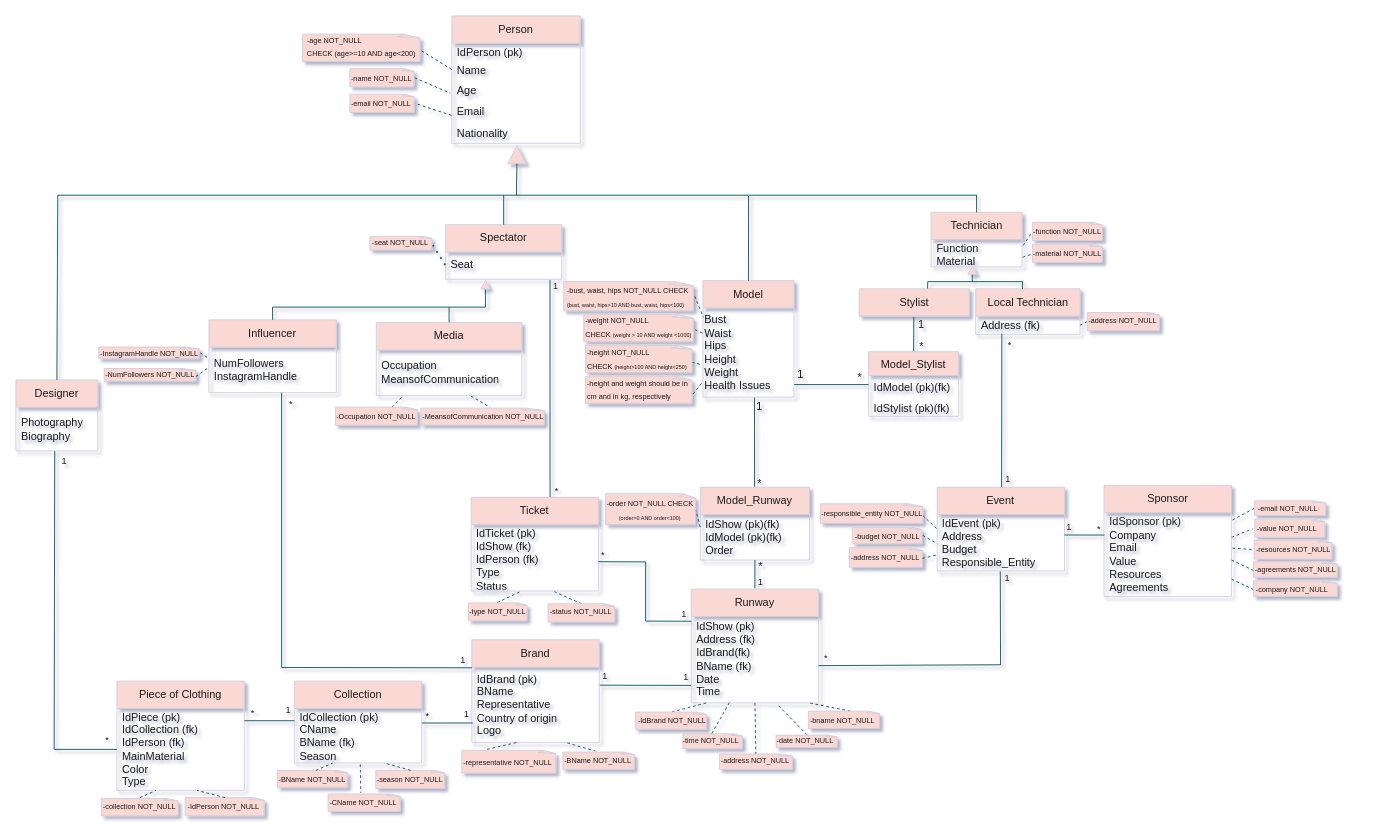
Before: UML VERSIONS/FINAL_V_2ndSUB.drawio in le0nor/BD2425-707, a draw.io diagram. Source tidied: cells renumbered, new cells numbered last; positions are measured from the earlier drawing's top-left corner, leaving out a move shared by most shapes. Both pictures are drawn from the tidied source at 91%, with x=0, y=0 at pixel (15, 15).
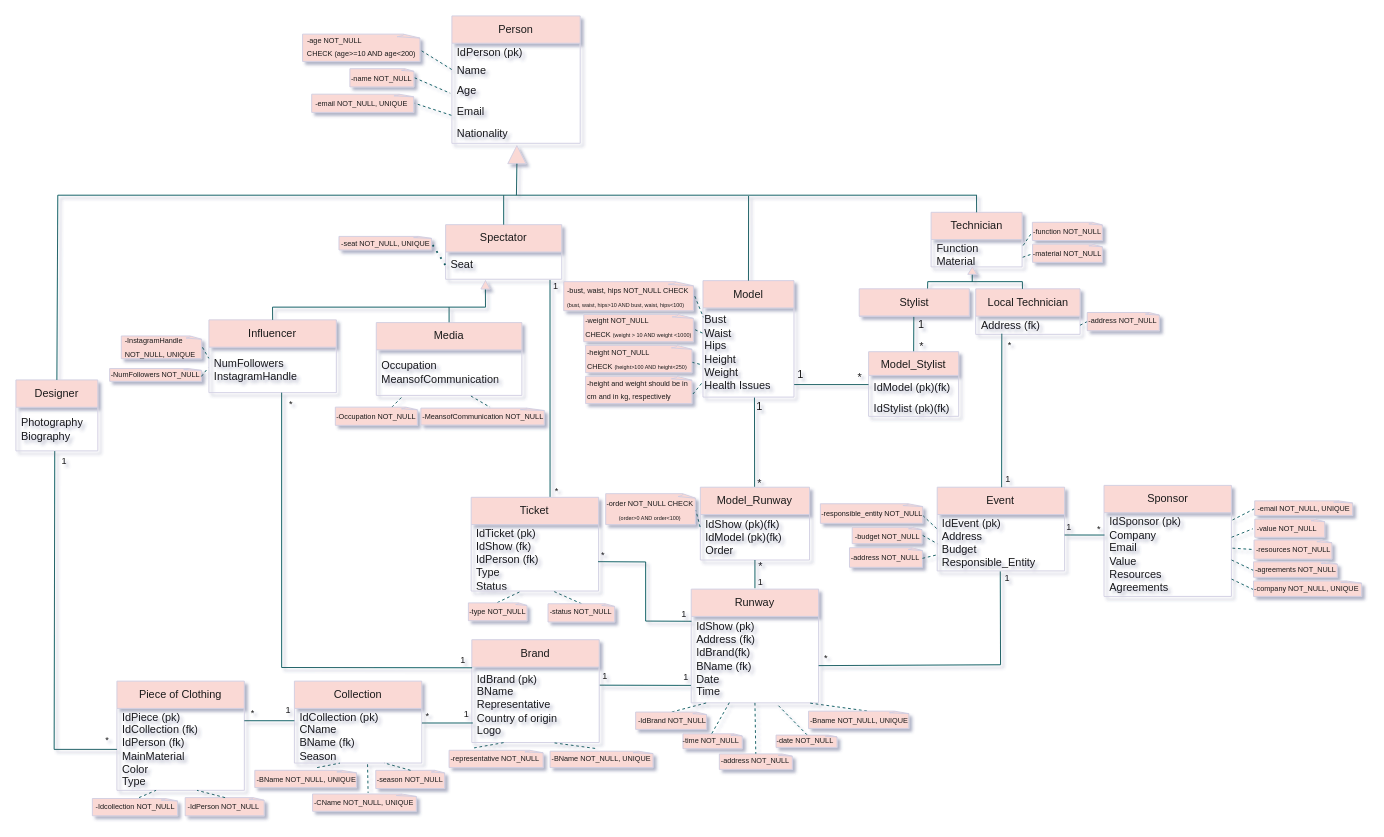
The same page after the edit.

The change refers to these unchanged cells:
```xml
<mxCell id="134" value="&lt;div&gt;IdBrand (pk)&lt;/div&gt;BName&amp;nbsp;&lt;div&gt;Representative&amp;nbsp;&lt;/div&gt;&lt;div&gt;Country of origin&lt;/div&gt;&lt;div&gt;Logo&lt;/div&gt;" style="text;strokeColor=none;fillColor=none;align=left;verticalAlign=middle;spacingLeft=4;spacingRight=4;overflow=hidden;points=[[0,0.5],[1,0.5]];portConstraint=eastwest;whiteSpace=wrap;html=1;labelBackgroundColor=none;rounded=0;fontColor=#1A1A1A;" parent="133" vertex="1">
  <mxGeometry y="30" width="140" height="83" as="geometry" />
</mxCell>
<mxCell id="136" value="&lt;div&gt;IdCollection (pk)&lt;/div&gt;CName&lt;div&gt;BName (fk)&lt;br&gt;&lt;div&gt;Season&lt;/div&gt;&lt;/div&gt;" style="text;strokeColor=none;fillColor=none;align=left;verticalAlign=middle;spacingLeft=4;spacingRight=4;overflow=hidden;points=[[0,0.5],[1,0.5]];portConstraint=eastwest;whiteSpace=wrap;html=1;labelBackgroundColor=none;rounded=0;fontColor=#1A1A1A;" parent="135" vertex="1">
  <mxGeometry y="30" width="140" height="60" as="geometry" />
</mxCell>
```

What changed in the source:
```diff
@@
     <mxCell id="86" style="group;labelBackgroundColor=none;fontColor=#1A1A1A;rounded=0;" parent="1" vertex="1">
-      <mxGeometry x="1361" y="532.9" width="79" height="16" as="geometry" />
+      <mxGeometry x="1361" y="532.9" width="109" height="16" as="geometry" />
     </mxCell>
     <mxCell id="87" style="whiteSpace=wrap;html=1;shape=mxgraph.basic.document;labelBackgroundColor=none;rounded=0;fillColor=#FAD9D5;strokeColor=#D0CEE2;fontColor=#1A1A1A;" parent="86" vertex="1">
-      <mxGeometry x="0.2" width="78.8" height="16" as="geometry" />
+      <mxGeometry x="0.3" width="108.7" height="16" as="geometry" />
     </mxCell>
-    <mxCell id="88" value="&lt;div style=&quot;text-align: left;&quot;&gt;&lt;font style=&quot;font-size: 8px;&quot;&gt;-email NOT_NULL&lt;/font&gt;&lt;br&gt;&lt;/div&gt;" style="text;html=1;align=center;verticalAlign=middle;whiteSpace=wrap;rounded=0;labelBackgroundColor=none;fontColor=#1A1A1A;" parent="86" vertex="1">
-      <mxGeometry x="1" y="1" width="72.4" height="12" as="geometry" />
+    <mxCell id="88" value="&lt;div style=&quot;text-align: left;&quot;&gt;&lt;font style=&quot;font-size: 8px;&quot;&gt;-email NOT_NULL&lt;/font&gt;&lt;span style=&quot;font-size: 8px; background-color: initial;&quot;&gt;, UNIQUE&lt;/span&gt;&lt;br&gt;&lt;/div&gt;" style="text;html=1;align=center;verticalAlign=middle;whiteSpace=wrap;rounded=0;labelBackgroundColor=none;fontColor=#1A1A1A;" parent="86" vertex="1">
+      <mxGeometry x="1.4" y="1" width="106.6" height="12" as="geometry" />
     </mxCell>
@@
     <mxCell id="98" style="group;labelBackgroundColor=none;fontColor=#1A1A1A;rounded=0;" parent="1" vertex="1">
-      <mxGeometry x="97" y="385" width="106" height="16.5" as="geometry" />
+      <mxGeometry x="103" y="385" width="106" height="16.5" as="geometry" />
     </mxCell>
@@
     <mxCell id="101" style="group;labelBackgroundColor=none;fontColor=#1A1A1A;rounded=0;" parent="1" vertex="1">
-      <mxGeometry x="100" y="362" width="115" height="14.8" as="geometry" />
+      <mxGeometry x="123" y="348" width="92" height="28.8" as="geometry" />
     </mxCell>
     <mxCell id="102" style="whiteSpace=wrap;html=1;shape=mxgraph.basic.document;labelBackgroundColor=none;rounded=0;fillColor=#FAD9D5;strokeColor=#D0CEE2;fontColor=#1A1A1A;" parent="101" vertex="1">
-      <mxGeometry x="-9" y="1.9" width="111.5" height="12.8" as="geometry" />
+      <mxGeometry x="-7.2" y="3.7" width="89.2" height="25" as="geometry" />
     </mxCell>
-    <mxCell id="103" value="&lt;div&gt;&lt;span style=&quot;background-color: initial;&quot;&gt;&lt;font style=&quot;font-size: 8px;&quot;&gt;-InstagramHandle NOT_NULL&lt;/font&gt;&lt;/span&gt;&lt;br&gt;&lt;/div&gt;" style="text;html=1;align=left;verticalAlign=middle;whiteSpace=wrap;rounded=0;labelBackgroundColor=none;fontColor=#1A1A1A;" parent="101" vertex="1">
-      <mxGeometry x="-9" y="5.2" width="110" height="6.4" as="geometry" />
+    <mxCell id="103" value="&lt;div&gt;&lt;span style=&quot;background-color: initial;&quot;&gt;&lt;font style=&quot;font-size: 8px;&quot;&gt;-InstagramHandle NOT_NULL&lt;/font&gt;&lt;/span&gt;&lt;span style=&quot;font-size: 8px; background-color: initial;&quot;&gt;, UNIQUE&lt;/span&gt;&lt;br&gt;&lt;/div&gt;" style="text;html=1;align=left;verticalAlign=middle;whiteSpace=wrap;rounded=0;labelBackgroundColor=none;fontColor=#1A1A1A;" parent="101" vertex="1">
+      <mxGeometry x="-5.4" y="9.2" width="88" height="12.5" as="geometry" />
     </mxCell>
@@
     <mxCell id="118" style="group;labelBackgroundColor=none;fontColor=#1A1A1A;rounded=0;" parent="1" vertex="1">
-      <mxGeometry x="389" y="242" width="68.8" height="15.2" as="geometry" />
+      <mxGeometry x="355" y="242" width="103" height="15.2" as="geometry" />
     </mxCell>
     <mxCell id="119" style="whiteSpace=wrap;html=1;shape=mxgraph.basic.document;labelBackgroundColor=none;rounded=0;fillColor=#FAD9D5;strokeColor=#D0CEE2;fontColor=#1A1A1A;" parent="118" vertex="1">
-      <mxGeometry y="0.3" width="68.8" height="14.9" as="geometry" />
+      <mxGeometry y="0.3" width="102.8" height="14.9" as="geometry" />
     </mxCell>
-    <mxCell id="120" value="&lt;div style=&quot;text-align: left;&quot;&gt;&lt;font style=&quot;font-size: 8px;&quot;&gt;-seat NOT_NULL&lt;/font&gt;&lt;br&gt;&lt;/div&gt;" style="text;html=1;align=center;verticalAlign=middle;whiteSpace=wrap;rounded=0;labelBackgroundColor=none;fontColor=#1A1A1A;" parent="118" vertex="1">
-      <mxGeometry x="-1.2" y="1" width="69" height="9.3" as="geometry" />
+    <mxCell id="120" value="&lt;div style=&quot;text-align: left;&quot;&gt;&lt;font style=&quot;font-size: 8px;&quot;&gt;-seat NOT_NULL&lt;/font&gt;&lt;span style=&quot;font-size: 8px; background-color: initial;&quot;&gt;, UNIQUE&lt;/span&gt;&lt;br&gt;&lt;/div&gt;" style="text;html=1;align=center;verticalAlign=middle;whiteSpace=wrap;rounded=0;labelBackgroundColor=none;fontColor=#1A1A1A;" parent="118" vertex="1">
+      <mxGeometry x="-0.8" y="2" width="104.8" height="9.3" as="geometry" />
     </mxCell>
@@
-    <mxCell id="139" style="endArrow=none;dashed=1;html=1;rounded=0;exitX=0.349;exitY=1.001;exitDx=0;exitDy=0;exitPerimeter=0;labelBackgroundColor=none;fontColor=default;strokeColor=#09555B;entryX=0.221;entryY=-0.066;entryDx=0;entryDy=0;entryPerimeter=0;" parent="1" edge="1" source="134" target="149">
-      <mxGeometry relative="1" as="geometry" />
+    <mxCell id="139" style="endArrow=none;dashed=1;html=1;rounded=0;exitX=0.349;exitY=1.001;exitDx=0;exitDy=0;exitPerimeter=0;labelBackgroundColor=none;fontColor=default;strokeColor=#09555B;entryX=0.221;entryY=-0.066;entryDx=0;entryDy=0;entryPerimeter=0;" parent="1" edge="1" target="149">
+      <mxGeometry relative="1" as="geometry">
+        <mxPoint x="535.9" y="798.6" as="sourcePoint" />
+      </mxGeometry>
     </mxCell>
@@
     <mxCell id="147" style="group;labelBackgroundColor=none;fontColor=#1A1A1A;rounded=0;" parent="1" vertex="1">
-      <mxGeometry x="490" y="807" width="116" height="25" as="geometry" />
+      <mxGeometry x="476" y="807" width="116" height="19" as="geometry" />
     </mxCell>
     <mxCell id="148" style="whiteSpace=wrap;html=1;shape=mxgraph.basic.document;labelBackgroundColor=none;rounded=0;fillColor=#FAD9D5;strokeColor=#D0CEE2;fontColor=#1A1A1A;" parent="147" vertex="1">
-      <mxGeometry width="104.4" height="25" as="geometry" />
+      <mxGeometry width="104.4" height="19" as="geometry" />
     </mxCell>
     <mxCell id="149" value="&lt;font style=&quot;font-size: 8px;&quot;&gt;-representative NOT_NULL&lt;/font&gt;" style="text;html=1;align=left;verticalAlign=middle;whiteSpace=wrap;rounded=0;labelBackgroundColor=none;fontColor=#1A1A1A;" parent="147" vertex="1">
-      <mxGeometry y="1" width="116" height="23.5" as="geometry" />
+      <mxGeometry y="-1.1" width="116" height="17.9" as="geometry" />
     </mxCell>
     <mxCell id="150" style="group;labelBackgroundColor=none;fontColor=#1A1A1A;rounded=0;" parent="1" vertex="1">
-      <mxGeometry x="292" y="828" width="80" height="20" as="geometry" />
+      <mxGeometry x="269" y="828" width="116" height="24" as="geometry" />
     </mxCell>
     <mxCell id="151" style="whiteSpace=wrap;html=1;shape=mxgraph.basic.document;labelBackgroundColor=none;rounded=0;fillColor=#FAD9D5;strokeColor=#D0CEE2;fontColor=#1A1A1A;" parent="150" vertex="1">
-      <mxGeometry x="-4.5" y="1" width="77.8" height="19" as="geometry" />
+      <mxGeometry x="-6.5" y="1" width="112.9" height="19" as="geometry" />
     </mxCell>
-    <mxCell id="152" value="&lt;font style=&quot;font-size: 8px;&quot;&gt;-BName NOT_NULL&lt;/font&gt;" style="text;html=1;align=left;verticalAlign=middle;whiteSpace=wrap;rounded=0;labelBackgroundColor=none;fontColor=#1A1A1A;" parent="150" vertex="1">
-      <mxGeometry x="-4.6" y="1" width="84.6" height="17" as="geometry" />
+    <mxCell id="152" value="&lt;font style=&quot;font-size: 8px;&quot;&gt;-BName NOT_NULL&lt;/font&gt;&lt;span style=&quot;font-size: 8px;&quot;&gt;, UNIQUE&lt;/span&gt;" style="text;html=1;align=left;verticalAlign=middle;whiteSpace=wrap;rounded=0;labelBackgroundColor=none;fontColor=#1A1A1A;" parent="150" vertex="1">
+      <mxGeometry x="-6.5" y="-2" width="137" height="23" as="geometry" />
     </mxCell>
@@
-    <mxCell id="156" style="endArrow=none;dashed=1;html=1;rounded=0;fontColor=default;entryX=0.301;entryY=1.001;entryDx=0;entryDy=0;entryPerimeter=0;exitX=0.5;exitY=0;exitDx=0;exitDy=0;labelBackgroundColor=none;strokeColor=#09555B;" parent="1" edge="1" source="152" target="136">
-      <mxGeometry relative="1" as="geometry" />
+    <mxCell id="156" style="endArrow=none;dashed=1;html=1;rounded=0;fontColor=default;entryX=0.301;entryY=1.001;entryDx=0;entryDy=0;entryPerimeter=0;exitX=0.5;exitY=0;exitDx=0;exitDy=0;labelBackgroundColor=none;strokeColor=#09555B;" parent="1" edge="1" source="152">
+      <mxGeometry relative="1" as="geometry">
+        <mxPoint x="356.1" y="821.1" as="targetPoint" />
+      </mxGeometry>
     </mxCell>
@@
     <mxCell id="159" style="group;labelBackgroundColor=none;fontColor=#1A1A1A;rounded=0;" parent="1" vertex="1">
-      <mxGeometry x="94" y="859" width="85" height="20" as="geometry" />
+      <mxGeometry x="84" y="859" width="99" height="20" as="geometry" />
     </mxCell>
     <mxCell id="160" style="whiteSpace=wrap;html=1;shape=mxgraph.basic.document;labelBackgroundColor=none;rounded=0;fillColor=#FAD9D5;strokeColor=#D0CEE2;fontColor=#1A1A1A;" parent="159" vertex="1">
-      <mxGeometry y="1" width="85" height="19" as="geometry" />
+      <mxGeometry y="1" width="94.6" height="19" as="geometry" />
     </mxCell>
-    <mxCell id="161" value="&lt;font style=&quot;font-size: 8px;&quot;&gt;-collection NOT_NULL&lt;/font&gt;" style="text;html=1;align=left;verticalAlign=middle;whiteSpace=wrap;rounded=0;labelBackgroundColor=none;fontColor=#1A1A1A;" parent="159" vertex="1">
-      <mxGeometry x="-0.5" width="85.5" height="17" as="geometry" />
+    <mxCell id="161" value="&lt;font style=&quot;font-size: 8px;&quot;&gt;-Idcollection NOT_NULL&lt;/font&gt;" style="text;html=1;align=left;verticalAlign=middle;whiteSpace=wrap;rounded=0;labelBackgroundColor=none;fontColor=#1A1A1A;" parent="159" vertex="1">
+      <mxGeometry x="1.5" width="99.5" height="17" as="geometry" />
     </mxCell>
@@
     <mxCell id="175" style="group;" parent="1" vertex="1">
-      <mxGeometry x="367" y="86" width="71.3" height="20" as="geometry" />
+      <mxGeometry x="325" y="86" width="113.3" height="20" as="geometry" />
     </mxCell>
     <mxCell id="176" style="whiteSpace=wrap;html=1;shape=mxgraph.basic.document;labelBackgroundColor=none;rounded=0;fillColor=#FAD9D5;strokeColor=#D0CEE2;fontColor=#1A1A1A;" parent="175" vertex="1">
-      <mxGeometry width="71.3" height="20" as="geometry" />
+      <mxGeometry width="113.3" height="20" as="geometry" />
     </mxCell>
-    <mxCell id="177" value="&lt;div style=&quot;text-align: left;&quot;&gt;&lt;font style=&quot;font-size: 8px;&quot;&gt;-email NOT_NULL&lt;/font&gt;&lt;/div&gt;" style="text;html=1;align=center;verticalAlign=middle;whiteSpace=wrap;rounded=0;labelBackgroundColor=none;fontColor=#1A1A1A;" parent="175" vertex="1">
-      <mxGeometry y="4" width="69" height="12" as="geometry" />
+    <mxCell id="177" value="&lt;div style=&quot;text-align: left;&quot;&gt;&lt;font style=&quot;font-size: 8px;&quot;&gt;-email NOT_NULL, UNIQUE&lt;/font&gt;&lt;/div&gt;" style="text;html=1;align=center;verticalAlign=middle;whiteSpace=wrap;rounded=0;labelBackgroundColor=none;fontColor=#1A1A1A;" parent="175" vertex="1">
+      <mxGeometry y="4" width="109.7" height="12" as="geometry" />
     </mxCell>
@@
-    <mxCell id="218" style="endArrow=none;dashed=1;html=1;rounded=0;exitX=0.749;exitY=1.005;exitDx=0;exitDy=0;exitPerimeter=0;labelBackgroundColor=none;fontColor=default;strokeColor=#09555B;entryX=0.405;entryY=-0.053;entryDx=0;entryDy=0;entryPerimeter=0;" parent="1" edge="1" source="134" target="221">
-      <mxGeometry relative="1" as="geometry" />
+    <mxCell id="218" style="endArrow=none;dashed=1;html=1;rounded=0;exitX=0.749;exitY=1.005;exitDx=0;exitDy=0;exitPerimeter=0;labelBackgroundColor=none;fontColor=default;strokeColor=#09555B;entryX=0.405;entryY=-0.053;entryDx=0;entryDy=0;entryPerimeter=0;" parent="1" edge="1" target="221">
+      <mxGeometry relative="1" as="geometry">
+        <mxPoint x="591.9" y="798.9" as="sourcePoint" />
+      </mxGeometry>
     </mxCell>
     <mxCell id="219" style="group;labelBackgroundColor=none;fontColor=#1A1A1A;rounded=0;" parent="1" vertex="1">
-      <mxGeometry x="601" y="809" width="88" height="19" as="geometry" />
+      <mxGeometry x="587" y="808" width="127" height="18" as="geometry" />
     </mxCell>
     <mxCell id="220" style="whiteSpace=wrap;html=1;shape=mxgraph.basic.document;labelBackgroundColor=none;rounded=0;fillColor=#FAD9D5;strokeColor=#D0CEE2;fontColor=#1A1A1A;" parent="219" vertex="1">
-      <mxGeometry width="79.2" height="19" as="geometry" />
+      <mxGeometry width="114.3" height="18" as="geometry" />
     </mxCell>
-    <mxCell id="221" value="&lt;font style=&quot;font-size: 8px;&quot;&gt;-BName NOT_NULL&lt;/font&gt;" style="text;html=1;align=left;verticalAlign=middle;whiteSpace=wrap;rounded=0;labelBackgroundColor=none;fontColor=#1A1A1A;" parent="219" vertex="1">
-      <mxGeometry y="-0.2" width="88" height="17.9" as="geometry" />
+    <mxCell id="221" value="&lt;font style=&quot;font-size: 8px;&quot;&gt;-BName NOT_NULL&lt;/font&gt;&lt;span style=&quot;font-size: 8px;&quot;&gt;, UNIQUE&lt;/span&gt;" style="text;html=1;align=left;verticalAlign=middle;whiteSpace=wrap;rounded=0;labelBackgroundColor=none;fontColor=#1A1A1A;" parent="219" vertex="1">
+      <mxGeometry y="-1.9" width="127" height="16.9" as="geometry" />
     </mxCell>
-    <mxCell id="222" style="endArrow=none;dashed=1;html=1;rounded=0;exitX=0.517;exitY=1.024;exitDx=0;exitDy=0;exitPerimeter=0;labelBackgroundColor=none;fontColor=default;strokeColor=#09555B;entryX=0.405;entryY=-0.053;entryDx=0;entryDy=0;entryPerimeter=0;" parent="1" edge="1" source="136" target="225">
-      <mxGeometry relative="1" as="geometry" />
+    <mxCell id="222" style="endArrow=none;dashed=1;html=1;rounded=0;exitX=0.517;exitY=1.024;exitDx=0;exitDy=0;exitPerimeter=0;labelBackgroundColor=none;fontColor=default;strokeColor=#09555B;entryX=0.405;entryY=-0.053;entryDx=0;entryDy=0;entryPerimeter=0;" parent="1" edge="1">
+      <mxGeometry relative="1" as="geometry">
+        <mxPoint x="386.4" y="822.4" as="sourcePoint" />
+        <mxPoint x="387" y="853.8" as="targetPoint" />
+      </mxGeometry>
     </mxCell>
     <mxCell id="223" style="group;labelBackgroundColor=none;fontColor=#1A1A1A;rounded=0;" parent="1" vertex="1">
-      <mxGeometry x="343" y="855" width="89" height="19" as="geometry" />
+      <mxGeometry x="326" y="855" width="128" height="19" as="geometry" />
     </mxCell>
     <mxCell id="224" style="whiteSpace=wrap;html=1;shape=mxgraph.basic.document;labelBackgroundColor=none;rounded=0;fillColor=#FAD9D5;strokeColor=#D0CEE2;fontColor=#1A1A1A;" parent="223" vertex="1">
-      <mxGeometry width="80.1" height="19" as="geometry" />
+      <mxGeometry width="115.2" height="19" as="geometry" />
     </mxCell>
-    <mxCell id="225" value="&lt;font style=&quot;font-size: 8px;&quot;&gt;-CName NOT_NULL&lt;/font&gt;" style="text;html=1;align=left;verticalAlign=middle;whiteSpace=wrap;rounded=0;labelBackgroundColor=none;fontColor=#1A1A1A;" parent="223" vertex="1">
-      <mxGeometry y="-0.2" width="89" height="17.9" as="geometry" />
+    <mxCell id="225" value="&lt;font style=&quot;font-size: 8px;&quot;&gt;-CName NOT_NULL&lt;/font&gt;&lt;span style=&quot;font-size: 8px;&quot;&gt;, UNIQUE&lt;/span&gt;" style="text;html=1;align=left;verticalAlign=middle;whiteSpace=wrap;rounded=0;labelBackgroundColor=none;fontColor=#1A1A1A;" parent="223" vertex="1">
+      <mxGeometry y="-0.2" width="128" height="17.9" as="geometry" />
     </mxCell>
     <mxCell id="226" style="whiteSpace=wrap;html=1;shape=mxgraph.basic.document;labelBackgroundColor=none;rounded=0;fillColor=#FAD9D5;strokeColor=#D0CEE2;fontColor=#1A1A1A;" parent="1" vertex="1">
-      <mxGeometry x="1360" y="620.9" width="93" height="17" as="geometry" />
+      <mxGeometry x="1360" y="620.9" width="120" height="17" as="geometry" />
     </mxCell>
-    <mxCell id="227" value="&lt;div style=&quot;text-align: left;&quot;&gt;&lt;font style=&quot;font-size: 8px;&quot;&gt;-company NOT_NULL&lt;/font&gt;&lt;br&gt;&lt;/div&gt;" style="text;html=1;align=center;verticalAlign=middle;whiteSpace=wrap;rounded=0;labelBackgroundColor=none;fontColor=#1A1A1A;" parent="1" vertex="1">
-      <mxGeometry x="1357.2" y="621.9" width="90.8" height="13.5" as="geometry" />
+    <mxCell id="227" value="&lt;div style=&quot;text-align: left;&quot;&gt;&lt;font style=&quot;font-size: 8px;&quot;&gt;-company NOT_NULL&lt;/font&gt;&lt;span style=&quot;font-size: 8px; background-color: initial;&quot;&gt;, UNIQUE&lt;/span&gt;&lt;br&gt;&lt;/div&gt;" style="text;html=1;align=center;verticalAlign=middle;whiteSpace=wrap;rounded=0;labelBackgroundColor=none;fontColor=#1A1A1A;" parent="1" vertex="1">
+      <mxGeometry x="1359.2" y="620.9" width="118.8" height="13.5" as="geometry" />
     </mxCell>
@@
     <mxCell id="230" style="group;" parent="1" vertex="1">
-      <mxGeometry x="871" y="764" width="78.7" height="19" as="geometry" />
+      <mxGeometry x="871" y="764" width="119" height="19" as="geometry" />
     </mxCell>
     <mxCell id="231" style="whiteSpace=wrap;html=1;shape=mxgraph.basic.document;labelBackgroundColor=none;rounded=0;fillColor=#FAD9D5;strokeColor=#D0CEE2;fontColor=#1A1A1A;" parent="230" vertex="1">
-      <mxGeometry width="78.7" height="19" as="geometry" />
+      <mxGeometry width="111.4" height="19" as="geometry" />
     </mxCell>
-    <mxCell id="232" value="&lt;span style=&quot;&quot;&gt;&lt;font style=&quot;font-size: 8px;&quot;&gt;-bname NOT_NULL&lt;/font&gt;&lt;/span&gt;" style="text;html=1;align=left;verticalAlign=middle;whiteSpace=wrap;rounded=0;labelBackgroundColor=none;fontColor=#1A1A1A;" parent="230" vertex="1">
-      <mxGeometry x="0.1" width="76.6" height="19" as="geometry" />
+    <mxCell id="232" value="&lt;span style=&quot;&quot;&gt;&lt;font style=&quot;font-size: 8px;&quot;&gt;-Bname NOT_NULL&lt;/font&gt;&lt;/span&gt;&lt;span style=&quot;font-size: 8px;&quot;&gt;, UNIQUE&lt;/span&gt;" style="text;html=1;align=left;verticalAlign=middle;whiteSpace=wrap;rounded=0;labelBackgroundColor=none;fontColor=#1A1A1A;" parent="230" vertex="1">
+      <mxGeometry x="0.2" width="118.8" height="19" as="geometry" />
     </mxCell>
```
